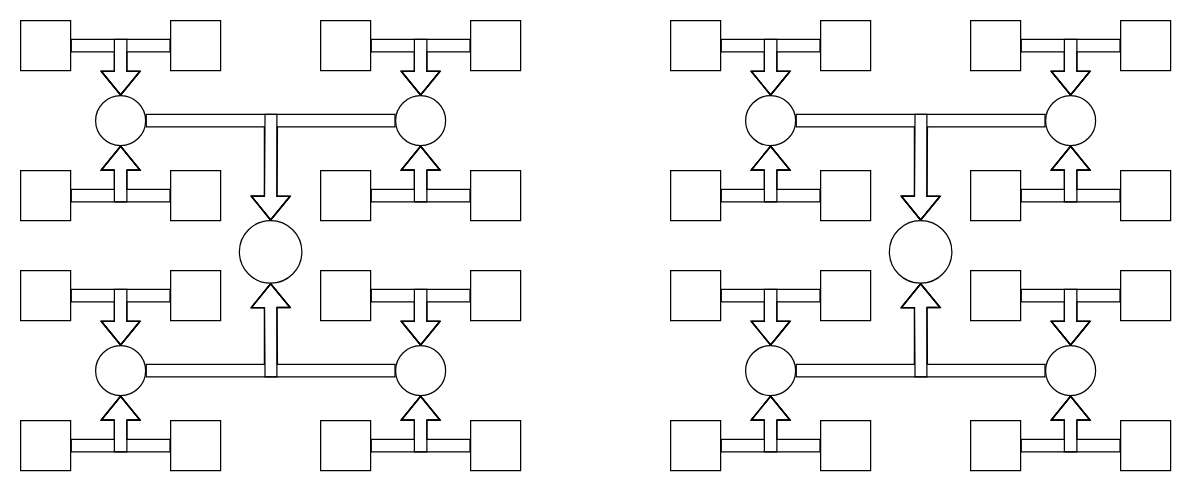
guptarohit994/bitfusionQuant6b keeps this draw.io diagram as report_docs/images/Untitled Diagram.drawio. Above is the earlier version. Source tidied: cells renumbered, new cells numbered last; positions are measured from the earlier drawing's top-left corner, leaving out a move shared by most shapes. Both pictures are drawn from the tidied source at 125%, with x=0, y=0 at pixel (20, 20).
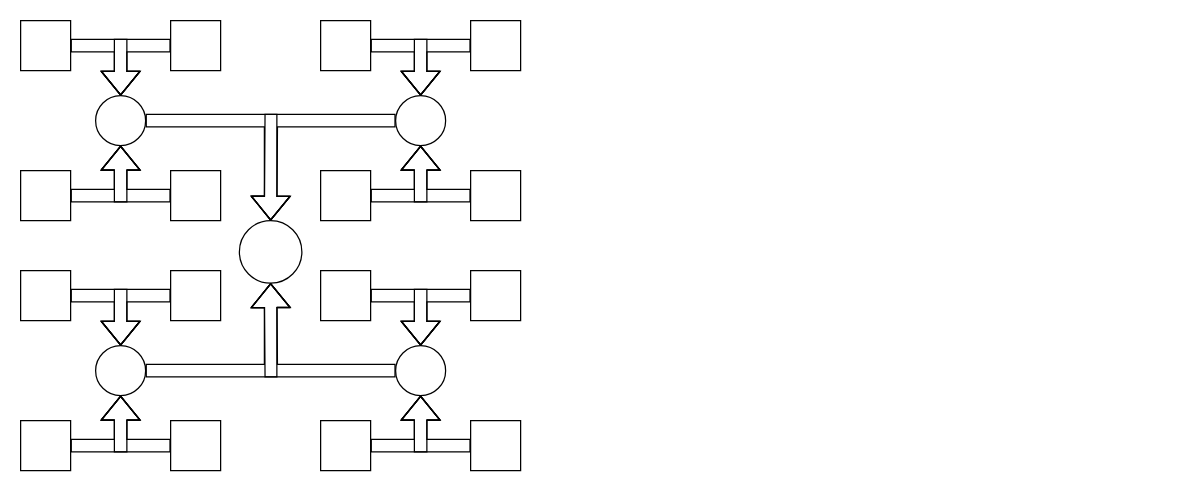
The same page after the edit.

What changed in the source:
```diff
@@
-    <mxCell id="61" style="group;" parent="1" vertex="1">
-      <mxGeometry x="520" width="400" height="360" as="geometry" />
-    </mxCell>
-    <mxCell id="62" style="group;" parent="61" vertex="1">
-      <mxGeometry width="160" height="160" as="geometry" />
-    </mxCell>
-    <mxCell id="63" style="rounded=0;whiteSpace=wrap;html=1;" parent="62" vertex="1">
-      <mxGeometry width="40" height="40" as="geometry" />
-    </mxCell>
-    <mxCell id="64" style="rounded=0;whiteSpace=wrap;html=1;" parent="62" vertex="1">
-      <mxGeometry x="120" width="40" height="40" as="geometry" />
-    </mxCell>
-    <mxCell id="65" style="rounded=0;whiteSpace=wrap;html=1;" parent="62" vertex="1">
-      <mxGeometry x="120" y="120" width="40" height="40" as="geometry" />
-    </mxCell>
-    <mxCell id="66" style="rounded=0;whiteSpace=wrap;html=1;" parent="62" vertex="1">
-      <mxGeometry y="120" width="40" height="40" as="geometry" />
-    </mxCell>
-    <mxCell id="67" style="ellipse;whiteSpace=wrap;html=1;" parent="62" vertex="1">
-      <mxGeometry x="60" y="60" width="40" height="40" as="geometry" />
-    </mxCell>
-    <mxCell id="68" style="edgeStyle=orthogonalEdgeStyle;shape=flexArrow;rounded=0;jettySize=auto;html=1;" parent="62" edge="1" source="63" target="67">
-      <mxGeometry relative="1" as="geometry" />
-    </mxCell>
-    <mxCell id="69" style="edgeStyle=orthogonalEdgeStyle;shape=flexArrow;rounded=0;jettySize=auto;html=1;entryX=0.5;entryY=0;entryDx=0;entryDy=0;" parent="62" edge="1" source="64" target="67">
-      <mxGeometry relative="1" as="geometry" />
-    </mxCell>
-    <mxCell id="70" style="edgeStyle=orthogonalEdgeStyle;shape=flexArrow;rounded=0;jettySize=auto;html=1;entryX=0.5;entryY=1;entryDx=0;entryDy=0;" parent="62" edge="1" source="65" target="67">
-      <mxGeometry relative="1" as="geometry" />
-    </mxCell>
-    <mxCell id="71" style="edgeStyle=orthogonalEdgeStyle;shape=flexArrow;rounded=0;jettySize=auto;html=1;entryX=0.5;entryY=1;entryDx=0;entryDy=0;" parent="62" edge="1" source="66" target="67">
-      <mxGeometry relative="1" as="geometry" />
-    </mxCell>
-    <mxCell id="72" style="group;" parent="61" vertex="1">
-      <mxGeometry y="200" width="160" height="160" as="geometry" />
-    </mxCell>
-    <mxCell id="73" style="group;" parent="72" vertex="1">
-      <mxGeometry width="160" height="160" as="geometry" />
-    </mxCell>
-    <mxCell id="74" style="group;" parent="73" vertex="1">
-      <mxGeometry width="160" height="160" as="geometry" />
-    </mxCell>
-    <mxCell id="75" style="group;" parent="74" vertex="1">
-      <mxGeometry width="160" height="160" as="geometry" />
-    </mxCell>
-    <mxCell id="76" style="rounded=0;whiteSpace=wrap;html=1;" parent="75" vertex="1">
-      <mxGeometry width="40" height="40" as="geometry" />
-    </mxCell>
-    <mxCell id="77" style="rounded=0;whiteSpace=wrap;html=1;" parent="75" vertex="1">
-      <mxGeometry x="120" width="40" height="40" as="geometry" />
-    </mxCell>
-    <mxCell id="78" style="rounded=0;whiteSpace=wrap;html=1;" parent="75" vertex="1">
-      <mxGeometry x="120" y="120" width="40" height="40" as="geometry" />
-    </mxCell>
-    <mxCell id="79" style="rounded=0;whiteSpace=wrap;html=1;" parent="75" vertex="1">
-      <mxGeometry y="120" width="40" height="40" as="geometry" />
-    </mxCell>
-    <mxCell id="80" style="ellipse;whiteSpace=wrap;html=1;" parent="75" vertex="1">
-      <mxGeometry x="60" y="60" width="40" height="40" as="geometry" />
-    </mxCell>
-    <mxCell id="81" style="edgeStyle=orthogonalEdgeStyle;shape=flexArrow;rounded=0;jettySize=auto;html=1;" parent="75" edge="1" source="76" target="80">
-      <mxGeometry relative="1" as="geometry" />
-    </mxCell>
-    <mxCell id="82" style="edgeStyle=orthogonalEdgeStyle;shape=flexArrow;rounded=0;jettySize=auto;html=1;entryX=0.5;entryY=0;entryDx=0;entryDy=0;" parent="75" edge="1" source="77" target="80">
-      <mxGeometry relative="1" as="geometry" />
-    </mxCell>
-    <mxCell id="83" style="edgeStyle=orthogonalEdgeStyle;shape=flexArrow;rounded=0;jettySize=auto;html=1;entryX=0.5;entryY=1;entryDx=0;entryDy=0;" parent="75" edge="1" source="78" target="80">
-      <mxGeometry relative="1" as="geometry" />
-    </mxCell>
-    <mxCell id="84" style="edgeStyle=orthogonalEdgeStyle;shape=flexArrow;rounded=0;jettySize=auto;html=1;entryX=0.5;entryY=1;entryDx=0;entryDy=0;" parent="75" edge="1" source="79" target="80">
-      <mxGeometry relative="1" as="geometry" />
-    </mxCell>
-    <mxCell id="85" style="ellipse;whiteSpace=wrap;html=1;" parent="61" vertex="1">
-      <mxGeometry x="175" y="160" width="50" height="50" as="geometry" />
-    </mxCell>
-    <mxCell id="86" style="group;" parent="61" vertex="1">
-      <mxGeometry x="240" width="160" height="160" as="geometry" />
-    </mxCell>
-    <mxCell id="87" style="group;" parent="86" vertex="1">
-      <mxGeometry width="160" height="160" as="geometry" />
-    </mxCell>
-    <mxCell id="88" style="group;" parent="87" vertex="1">
-      <mxGeometry width="160" height="160" as="geometry" />
-    </mxCell>
-    <mxCell id="89" style="rounded=0;whiteSpace=wrap;html=1;" parent="88" vertex="1">
-      <mxGeometry width="40" height="40" as="geometry" />
-    </mxCell>
-    <mxCell id="90" style="rounded=0;whiteSpace=wrap;html=1;" parent="88" vertex="1">
-      <mxGeometry x="120" width="40" height="40" as="geometry" />
-    </mxCell>
-    <mxCell id="91" style="rounded=0;whiteSpace=wrap;html=1;" parent="88" vertex="1">
-      <mxGeometry x="120" y="120" width="40" height="40" as="geometry" />
-    </mxCell>
-    <mxCell id="92" style="rounded=0;whiteSpace=wrap;html=1;" parent="88" vertex="1">
-      <mxGeometry y="120" width="40" height="40" as="geometry" />
-    </mxCell>
-    <mxCell id="93" style="ellipse;whiteSpace=wrap;html=1;" parent="88" vertex="1">
-      <mxGeometry x="60" y="60" width="40" height="40" as="geometry" />
-    </mxCell>
-    <mxCell id="94" style="edgeStyle=orthogonalEdgeStyle;shape=flexArrow;rounded=0;jettySize=auto;html=1;" parent="88" edge="1" source="89" target="93">
-      <mxGeometry relative="1" as="geometry" />
-    </mxCell>
-    <mxCell id="95" style="edgeStyle=orthogonalEdgeStyle;shape=flexArrow;rounded=0;jettySize=auto;html=1;entryX=0.5;entryY=0;entryDx=0;entryDy=0;" parent="88" edge="1" source="90" target="93">
-      <mxGeometry relative="1" as="geometry" />
-    </mxCell>
-    <mxCell id="96" style="edgeStyle=orthogonalEdgeStyle;shape=flexArrow;rounded=0;jettySize=auto;html=1;entryX=0.5;entryY=1;entryDx=0;entryDy=0;" parent="88" edge="1" source="91" target="93">
-      <mxGeometry relative="1" as="geometry" />
-    </mxCell>
-    <mxCell id="97" style="edgeStyle=orthogonalEdgeStyle;shape=flexArrow;rounded=0;jettySize=auto;html=1;entryX=0.5;entryY=1;entryDx=0;entryDy=0;" parent="88" edge="1" source="92" target="93">
-      <mxGeometry relative="1" as="geometry" />
-    </mxCell>
-    <mxCell id="98" style="group;" parent="61" vertex="1">
-      <mxGeometry x="240" y="200" width="160" height="160" as="geometry" />
-    </mxCell>
-    <mxCell id="99" style="group;" parent="98" vertex="1">
-      <mxGeometry width="160" height="160" as="geometry" />
-    </mxCell>
-    <mxCell id="100" style="group;" parent="99" vertex="1">
-      <mxGeometry width="160" height="160" as="geometry" />
-    </mxCell>
-    <mxCell id="101" style="group;" parent="100" vertex="1">
-      <mxGeometry width="160" height="160" as="geometry" />
-    </mxCell>
-    <mxCell id="102" style="group;" parent="101" vertex="1">
-      <mxGeometry width="160" height="160" as="geometry" />
-    </mxCell>
-    <mxCell id="103" style="group;" parent="102" vertex="1">
-      <mxGeometry width="160" height="160" as="geometry" />
-    </mxCell>
-    <mxCell id="104" style="group;" parent="103" vertex="1">
-      <mxGeometry width="160" height="160" as="geometry" />
-    </mxCell>
-    <mxCell id="105" style="group;" parent="104" vertex="1">
-      <mxGeometry width="160" height="160" as="geometry" />
-    </mxCell>
-    <mxCell id="106" style="group;" parent="105" vertex="1">
-      <mxGeometry width="160" height="160" as="geometry" />
-    </mxCell>
-    <mxCell id="107" style="rounded=0;whiteSpace=wrap;html=1;" parent="106" vertex="1">
-      <mxGeometry width="40" height="40" as="geometry" />
-    </mxCell>
-    <mxCell id="108" style="rounded=0;whiteSpace=wrap;html=1;" parent="106" vertex="1">
-      <mxGeometry x="120" width="40" height="40" as="geometry" />
-    </mxCell>
-    <mxCell id="109" style="rounded=0;whiteSpace=wrap;html=1;" parent="106" vertex="1">
-      <mxGeometry x="120" y="120" width="40" height="40" as="geometry" />
-    </mxCell>
-    <mxCell id="110" style="rounded=0;whiteSpace=wrap;html=1;" parent="106" vertex="1">
-      <mxGeometry y="120" width="40" height="40" as="geometry" />
-    </mxCell>
-    <mxCell id="111" style="ellipse;whiteSpace=wrap;html=1;" parent="106" vertex="1">
-      <mxGeometry x="60" y="60" width="40" height="40" as="geometry" />
-    </mxCell>
-    <mxCell id="112" style="edgeStyle=orthogonalEdgeStyle;shape=flexArrow;rounded=0;jettySize=auto;html=1;" parent="106" edge="1" source="107" target="111">
-      <mxGeometry relative="1" as="geometry" />
-    </mxCell>
-    <mxCell id="113" style="edgeStyle=orthogonalEdgeStyle;shape=flexArrow;rounded=0;jettySize=auto;html=1;entryX=0.5;entryY=0;entryDx=0;entryDy=0;" parent="106" edge="1" source="108" target="111">
-      <mxGeometry relative="1" as="geometry" />
-    </mxCell>
-    <mxCell id="114" style="edgeStyle=orthogonalEdgeStyle;shape=flexArrow;rounded=0;jettySize=auto;html=1;entryX=0.5;entryY=1;entryDx=0;entryDy=0;" parent="106" edge="1" source="109" target="111">
-      <mxGeometry relative="1" as="geometry" />
-    </mxCell>
-    <mxCell id="115" style="edgeStyle=orthogonalEdgeStyle;shape=flexArrow;rounded=0;jettySize=auto;html=1;entryX=0.5;entryY=1;entryDx=0;entryDy=0;" parent="106" edge="1" source="110" target="111">
-      <mxGeometry relative="1" as="geometry" />
-    </mxCell>
-    <mxCell id="116" style="edgeStyle=orthogonalEdgeStyle;shape=flexArrow;rounded=0;jettySize=auto;html=1;entryX=0.5;entryY=1;entryDx=0;entryDy=0;" parent="61" edge="1" source="80" target="85">
-      <mxGeometry relative="1" as="geometry" />
-    </mxCell>
-    <mxCell id="117" style="edgeStyle=orthogonalEdgeStyle;shape=flexArrow;rounded=0;jettySize=auto;html=1;" parent="61" edge="1" source="111">
-      <mxGeometry relative="1" as="geometry">
-        <mxPoint x="200" y="210" as="targetPoint" />
-      </mxGeometry>
-    </mxCell>
-    <mxCell id="118" style="edgeStyle=orthogonalEdgeStyle;shape=flexArrow;rounded=0;jettySize=auto;html=1;" parent="61" edge="1" source="67" target="85">
-      <mxGeometry relative="1" as="geometry" />
-    </mxCell>
-    <mxCell id="119" style="edgeStyle=orthogonalEdgeStyle;shape=flexArrow;rounded=0;jettySize=auto;html=1;" parent="61" edge="1" source="93">
-      <mxGeometry relative="1" as="geometry">
-        <mxPoint x="200" y="160" as="targetPoint" />
-      </mxGeometry>
-    </mxCell>
```
